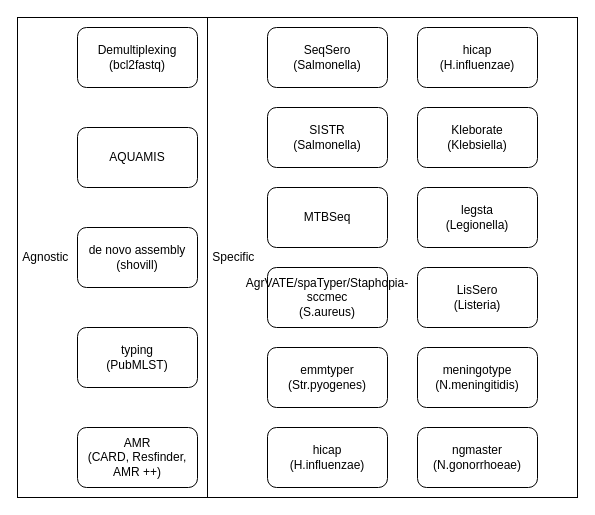
NMRL/Ardetype keeps this draw.io diagram as Untitled Diagram.drawio. Above is the earlier version. Source tidied: cells renumbered, new cells numbered last; positions are measured from the earlier drawing's top-left corner, leaving out a move shared by most shapes. Both pictures are drawn from the tidied source at 100%, with x=0, y=0 at pixel (17, 17).
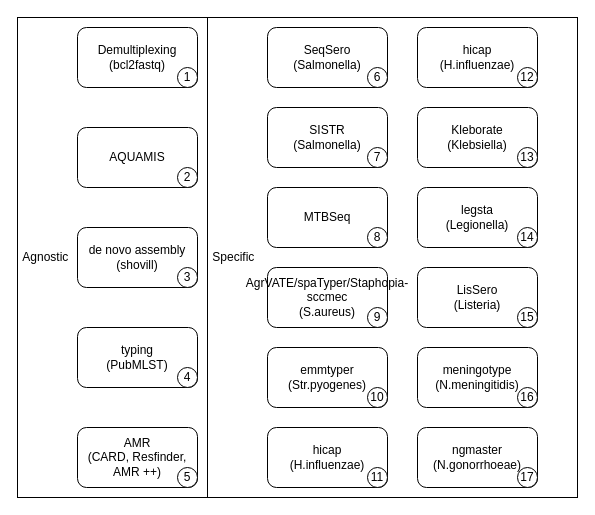
After the change.

Diff of the diagram source:
```diff
@@
+    <mxCell id="21" value="1" style="ellipse;whiteSpace=wrap;html=1;" parent="1" vertex="1">
+      <mxGeometry x="160" y="50" width="20" height="20" as="geometry" />
+    </mxCell>
+    <mxCell id="22" value="2" style="ellipse;whiteSpace=wrap;html=1;" parent="1" vertex="1">
+      <mxGeometry x="160" y="150" width="20" height="20" as="geometry" />
+    </mxCell>
+    <mxCell id="23" value="3" style="ellipse;whiteSpace=wrap;html=1;" parent="1" vertex="1">
+      <mxGeometry x="160" y="250" width="20" height="20" as="geometry" />
+    </mxCell>
+    <mxCell id="24" value="4" style="ellipse;whiteSpace=wrap;html=1;" parent="1" vertex="1">
+      <mxGeometry x="160" y="350" width="20" height="20" as="geometry" />
+    </mxCell>
+    <mxCell id="25" value="5" style="ellipse;whiteSpace=wrap;html=1;" parent="1" vertex="1">
+      <mxGeometry x="160" y="450" width="20" height="20" as="geometry" />
+    </mxCell>
+    <mxCell id="26" value="6" style="ellipse;whiteSpace=wrap;html=1;" parent="1" vertex="1">
+      <mxGeometry x="350" y="50" width="20" height="20" as="geometry" />
+    </mxCell>
+    <mxCell id="27" value="7" style="ellipse;whiteSpace=wrap;html=1;" parent="1" vertex="1">
+      <mxGeometry x="350" y="130" width="20" height="20" as="geometry" />
+    </mxCell>
+    <mxCell id="28" value="8" style="ellipse;whiteSpace=wrap;html=1;" parent="1" vertex="1">
+      <mxGeometry x="350" y="210" width="20" height="20" as="geometry" />
+    </mxCell>
+    <mxCell id="29" value="9" style="ellipse;whiteSpace=wrap;html=1;" parent="1" vertex="1">
+      <mxGeometry x="350" y="290" width="20" height="20" as="geometry" />
+    </mxCell>
+    <mxCell id="30" value="10" style="ellipse;whiteSpace=wrap;html=1;" parent="1" vertex="1">
+      <mxGeometry x="350" y="370" width="20" height="20" as="geometry" />
+    </mxCell>
+    <mxCell id="31" value="11" style="ellipse;whiteSpace=wrap;html=1;" parent="1" vertex="1">
+      <mxGeometry x="350" y="450" width="20" height="20" as="geometry" />
+    </mxCell>
+    <mxCell id="32" value="12" style="ellipse;whiteSpace=wrap;html=1;" parent="1" vertex="1">
+      <mxGeometry x="500" y="50" width="20" height="20" as="geometry" />
+    </mxCell>
+    <mxCell id="33" value="13" style="ellipse;whiteSpace=wrap;html=1;" parent="1" vertex="1">
+      <mxGeometry x="500" y="130" width="20" height="20" as="geometry" />
+    </mxCell>
+    <mxCell id="34" value="14" style="ellipse;whiteSpace=wrap;html=1;" parent="1" vertex="1">
+      <mxGeometry x="500" y="210" width="20" height="20" as="geometry" />
+    </mxCell>
+    <mxCell id="35" value="15" style="ellipse;whiteSpace=wrap;html=1;" parent="1" vertex="1">
+      <mxGeometry x="500" y="290" width="20" height="20" as="geometry" />
+    </mxCell>
+    <mxCell id="36" value="16" style="ellipse;whiteSpace=wrap;html=1;" parent="1" vertex="1">
+      <mxGeometry x="500" y="370" width="20" height="20" as="geometry" />
+    </mxCell>
+    <mxCell id="37" value="17" style="ellipse;whiteSpace=wrap;html=1;" parent="1" vertex="1">
+      <mxGeometry x="500" y="450" width="20" height="20" as="geometry" />
+    </mxCell>
```
